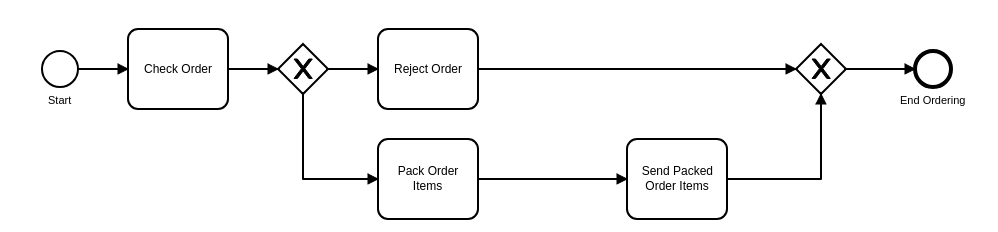
This is BPMN/ordering.png from codecasualty/MTP, a BPMN export, as it was before one commit. Its source is kept beside it as BPMN/ordering.bpmn. Ids are renumbered. Its diagram source:
```xml
<bpmn:definitions xmlns:bpmn="http://www.omg.org/spec/BPMN/20100524/MODEL" xmlns:bpmndi="http://www.omg.org/spec/BPMN/20100524/DI" xmlns:di="http://www.omg.org/spec/DD/20100524/DI" xmlns:dc="http://www.omg.org/spec/DD/20100524/DC" id="Definitions_n1" targetNamespace="http://bpmn.io/schema/bpmn" exporter="Camunda Modeler" exporterVersion="2.2.4">
  <bpmn:process id="Process_1" isExecutable="true">
    <bpmn:startEvent id="StartEvent_1" name="Start">
      <bpmn:outgoing>SequenceFlow_n2</bpmn:outgoing>
    </bpmn:startEvent>
    <bpmn:task id="Task_n3" name="Check Order">
      <bpmn:incoming>SequenceFlow_n2</bpmn:incoming>
      <bpmn:outgoing>SequenceFlow_n4</bpmn:outgoing>
    </bpmn:task>
    <bpmn:sequenceFlow id="SequenceFlow_n2" sourceRef="StartEvent_1" targetRef="Task_n3" />
    <bpmn:exclusiveGateway id="ExclusiveGateway_n5">
      <bpmn:incoming>SequenceFlow_n4</bpmn:incoming>
      <bpmn:outgoing>SequenceFlow_n6</bpmn:outgoing>
      <bpmn:outgoing>SequenceFlow_n7</bpmn:outgoing>
    </bpmn:exclusiveGateway>
    <bpmn:sequenceFlow id="SequenceFlow_n4" sourceRef="Task_n3" targetRef="ExclusiveGateway_n5" />
    <bpmn:task id="Task_n8" name="Reject Order">
      <bpmn:incoming>SequenceFlow_n6</bpmn:incoming>
      <bpmn:outgoing>SequenceFlow_n9</bpmn:outgoing>
    </bpmn:task>
    <bpmn:sequenceFlow id="SequenceFlow_n6" sourceRef="ExclusiveGateway_n5" targetRef="Task_n8" />
    <bpmn:exclusiveGateway id="ExclusiveGateway_n10">
      <bpmn:incoming>SequenceFlow_n9</bpmn:incoming>
      <bpmn:incoming>SequenceFlow_n11</bpmn:incoming>
      <bpmn:outgoing>SequenceFlow_n12</bpmn:outgoing>
    </bpmn:exclusiveGateway>
    <bpmn:sequenceFlow id="SequenceFlow_n9" sourceRef="Task_n8" targetRef="ExclusiveGateway_n10" />
    <bpmn:task id="Task_n13" name="Pack Order Items">
      <bpmn:incoming>SequenceFlow_n7</bpmn:incoming>
      <bpmn:outgoing>SequenceFlow_n14</bpmn:outgoing>
    </bpmn:task>
    <bpmn:sequenceFlow id="SequenceFlow_n7" sourceRef="ExclusiveGateway_n5" targetRef="Task_n13" />
    <bpmn:task id="Task_n15" name="Send Packed Order Items">
      <bpmn:incoming>SequenceFlow_n14</bpmn:incoming>
      <bpmn:outgoing>SequenceFlow_n11</bpmn:outgoing>
    </bpmn:task>
    <bpmn:sequenceFlow id="SequenceFlow_n14" sourceRef="Task_n13" targetRef="Task_n15" />
    <bpmn:sequenceFlow id="SequenceFlow_n11" sourceRef="Task_n15" targetRef="ExclusiveGateway_n10" />
    <bpmn:endEvent id="EndEvent_n16" name="End Ordering">
      <bpmn:incoming>SequenceFlow_n12</bpmn:incoming>
    </bpmn:endEvent>
    <bpmn:sequenceFlow id="SequenceFlow_n12" sourceRef="ExclusiveGateway_n10" targetRef="EndEvent_n16" />
  </bpmn:process>
  <bpmndi:BPMNDiagram id="BPMNDiagram_1">
    <bpmndi:BPMNPlane id="BPMNPlane_1" bpmnElement="Process_1">
      <bpmndi:BPMNShape id="_BPMNShape_StartEvent_2" bpmnElement="StartEvent_1">
        <dc:Bounds x="276" y="405" width="36" height="36" />
        <bpmndi:BPMNLabel>
          <dc:Bounds x="282" y="448" width="24" height="14" />
        </bpmndi:BPMNLabel>
      </bpmndi:BPMNShape>
      <bpmndi:BPMNShape id="Task_n3_di" bpmnElement="Task_n3">
        <dc:Bounds x="362" y="383" width="100" height="80" />
      </bpmndi:BPMNShape>
      <bpmndi:BPMNEdge id="SequenceFlow_n2_di" bpmnElement="SequenceFlow_n2">
        <di:waypoint x="312" y="423" />
        <di:waypoint x="362" y="423" />
      </bpmndi:BPMNEdge>
      <bpmndi:BPMNShape id="ExclusiveGateway_n5_di" bpmnElement="ExclusiveGateway_n5" isMarkerVisible="true">
        <dc:Bounds x="512" y="398" width="50" height="50" />
      </bpmndi:BPMNShape>
      <bpmndi:BPMNEdge id="SequenceFlow_n4_di" bpmnElement="SequenceFlow_n4">
        <di:waypoint x="462" y="423" />
        <di:waypoint x="512" y="423" />
      </bpmndi:BPMNEdge>
      <bpmndi:BPMNShape id="Task_n8_di" bpmnElement="Task_n8">
        <dc:Bounds x="612" y="383" width="100" height="80" />
      </bpmndi:BPMNShape>
      <bpmndi:BPMNEdge id="SequenceFlow_n6_di" bpmnElement="SequenceFlow_n6">
        <di:waypoint x="562" y="423" />
        <di:waypoint x="612" y="423" />
      </bpmndi:BPMNEdge>
      <bpmndi:BPMNShape id="ExclusiveGateway_n10_di" bpmnElement="ExclusiveGateway_n10" isMarkerVisible="true">
        <dc:Bounds x="1030" y="398" width="50" height="50" />
      </bpmndi:BPMNShape>
      <bpmndi:BPMNEdge id="SequenceFlow_n9_di" bpmnElement="SequenceFlow_n9">
        <di:waypoint x="712" y="423" />
        <di:waypoint x="1030" y="423" />
      </bpmndi:BPMNEdge>
      <bpmndi:BPMNShape id="Task_n13_di" bpmnElement="Task_n13">
        <dc:Bounds x="612" y="493" width="100" height="80" />
      </bpmndi:BPMNShape>
      <bpmndi:BPMNEdge id="SequenceFlow_n7_di" bpmnElement="SequenceFlow_n7">
        <di:waypoint x="537" y="448" />
        <di:waypoint x="537" y="533" />
        <di:waypoint x="612" y="533" />
      </bpmndi:BPMNEdge>
      <bpmndi:BPMNShape id="Task_n15_di" bpmnElement="Task_n15">
        <dc:Bounds x="861" y="493" width="100" height="80" />
      </bpmndi:BPMNShape>
      <bpmndi:BPMNEdge id="SequenceFlow_n14_di" bpmnElement="SequenceFlow_n14">
        <di:waypoint x="712" y="533" />
        <di:waypoint x="861" y="533" />
      </bpmndi:BPMNEdge>
      <bpmndi:BPMNEdge id="SequenceFlow_n11_di" bpmnElement="SequenceFlow_n11">
        <di:waypoint x="961" y="533" />
        <di:waypoint x="1055" y="533" />
        <di:waypoint x="1055" y="448" />
      </bpmndi:BPMNEdge>
      <bpmndi:BPMNShape id="EndEvent_n16_di" bpmnElement="EndEvent_n16">
        <dc:Bounds x="1149" y="405" width="36" height="36" />
        <bpmndi:BPMNLabel>
          <dc:Bounds x="1134" y="448" width="66" height="14" />
        </bpmndi:BPMNLabel>
      </bpmndi:BPMNShape>
      <bpmndi:BPMNEdge id="SequenceFlow_n12_di" bpmnElement="SequenceFlow_n12">
        <di:waypoint x="1080" y="423" />
        <di:waypoint x="1149" y="423" />
      </bpmndi:BPMNEdge>
    </bpmndi:BPMNPlane>
  </bpmndi:BPMNDiagram>
</bpmn:definitions>
```
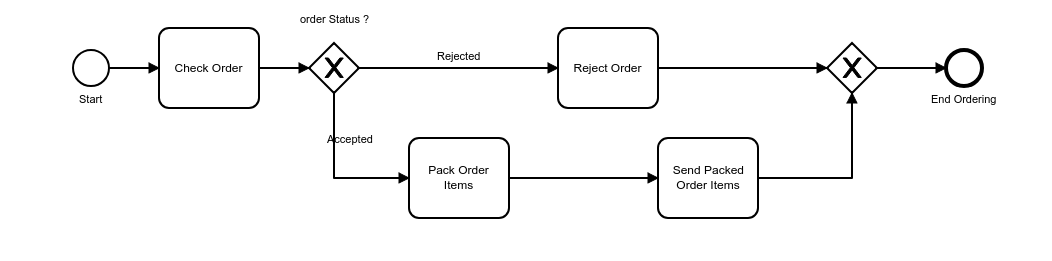
The same diagram one commit later.

Change to the diagram source:
```diff
@@ -8,7 +8,7 @@
       <bpmn:outgoing>SequenceFlow_n4</bpmn:outgoing>
     </bpmn:task>
     <bpmn:sequenceFlow id="SequenceFlow_n2" sourceRef="StartEvent_1" targetRef="Task_n3" />
-    <bpmn:exclusiveGateway id="ExclusiveGateway_n5">
+    <bpmn:exclusiveGateway id="ExclusiveGateway_n5" name="order Status ?">
       <bpmn:incoming>SequenceFlow_n4</bpmn:incoming>
       <bpmn:outgoing>SequenceFlow_n6</bpmn:outgoing>
       <bpmn:outgoing>SequenceFlow_n7</bpmn:outgoing>
@@ -18,7 +18,7 @@
       <bpmn:incoming>SequenceFlow_n6</bpmn:incoming>
       <bpmn:outgoing>SequenceFlow_n9</bpmn:outgoing>
     </bpmn:task>
-    <bpmn:sequenceFlow id="SequenceFlow_n6" sourceRef="ExclusiveGateway_n5" targetRef="Task_n8" />
+    <bpmn:sequenceFlow id="SequenceFlow_n6" name="Rejected" sourceRef="ExclusiveGateway_n5" targetRef="Task_n8" />
     <bpmn:exclusiveGateway id="ExclusiveGateway_n10">
       <bpmn:incoming>SequenceFlow_n9</bpmn:incoming>
       <bpmn:incoming>SequenceFlow_n11</bpmn:incoming>
@@ -29,7 +29,7 @@
       <bpmn:incoming>SequenceFlow_n7</bpmn:incoming>
       <bpmn:outgoing>SequenceFlow_n14</bpmn:outgoing>
     </bpmn:task>
-    <bpmn:sequenceFlow id="SequenceFlow_n7" sourceRef="ExclusiveGateway_n5" targetRef="Task_n13" />
+    <bpmn:sequenceFlow id="SequenceFlow_n7" name="Accepted" sourceRef="ExclusiveGateway_n5" targetRef="Task_n13" />
     <bpmn:task id="Task_n15" name="Send Packed Order Items">
       <bpmn:incoming>SequenceFlow_n14</bpmn:incoming>
       <bpmn:outgoing>SequenceFlow_n11</bpmn:outgoing>
@@ -58,23 +58,29 @@
       </bpmndi:BPMNEdge>
       <bpmndi:BPMNShape id="ExclusiveGateway_n5_di" bpmnElement="ExclusiveGateway_n5" isMarkerVisible="true">
         <dc:Bounds x="512" y="398" width="50" height="50" />
+        <bpmndi:BPMNLabel>
+          <dc:Bounds x="503" y="368" width="69" height="14" />
+        </bpmndi:BPMNLabel>
       </bpmndi:BPMNShape>
       <bpmndi:BPMNEdge id="SequenceFlow_n4_di" bpmnElement="SequenceFlow_n4">
         <di:waypoint x="462" y="423" />
         <di:waypoint x="512" y="423" />
       </bpmndi:BPMNEdge>
       <bpmndi:BPMNShape id="Task_n8_di" bpmnElement="Task_n8">
-        <dc:Bounds x="612" y="383" width="100" height="80" />
+        <dc:Bounds x="761" y="383" width="100" height="80" />
       </bpmndi:BPMNShape>
       <bpmndi:BPMNEdge id="SequenceFlow_n6_di" bpmnElement="SequenceFlow_n6">
         <di:waypoint x="562" y="423" />
-        <di:waypoint x="612" y="423" />
+        <di:waypoint x="761" y="423" />
+        <bpmndi:BPMNLabel>
+          <dc:Bounds x="640" y="405" width="44" height="14" />
+        </bpmndi:BPMNLabel>
       </bpmndi:BPMNEdge>
       <bpmndi:BPMNShape id="ExclusiveGateway_n10_di" bpmnElement="ExclusiveGateway_n10" isMarkerVisible="true">
         <dc:Bounds x="1030" y="398" width="50" height="50" />
       </bpmndi:BPMNShape>
       <bpmndi:BPMNEdge id="SequenceFlow_n9_di" bpmnElement="SequenceFlow_n9">
-        <di:waypoint x="712" y="423" />
+        <di:waypoint x="861" y="423" />
         <di:waypoint x="1030" y="423" />
       </bpmndi:BPMNEdge>
       <bpmndi:BPMNShape id="Task_n13_di" bpmnElement="Task_n13">
@@ -84,6 +90,9 @@
         <di:waypoint x="537" y="448" />
         <di:waypoint x="537" y="533" />
         <di:waypoint x="612" y="533" />
+        <bpmndi:BPMNLabel>
+          <dc:Bounds x="530" y="488" width="45" height="14" />
+        </bpmndi:BPMNLabel>
       </bpmndi:BPMNEdge>
       <bpmndi:BPMNShape id="Task_n15_di" bpmnElement="Task_n15">
         <dc:Bounds x="861" y="493" width="100" height="80" />
```
